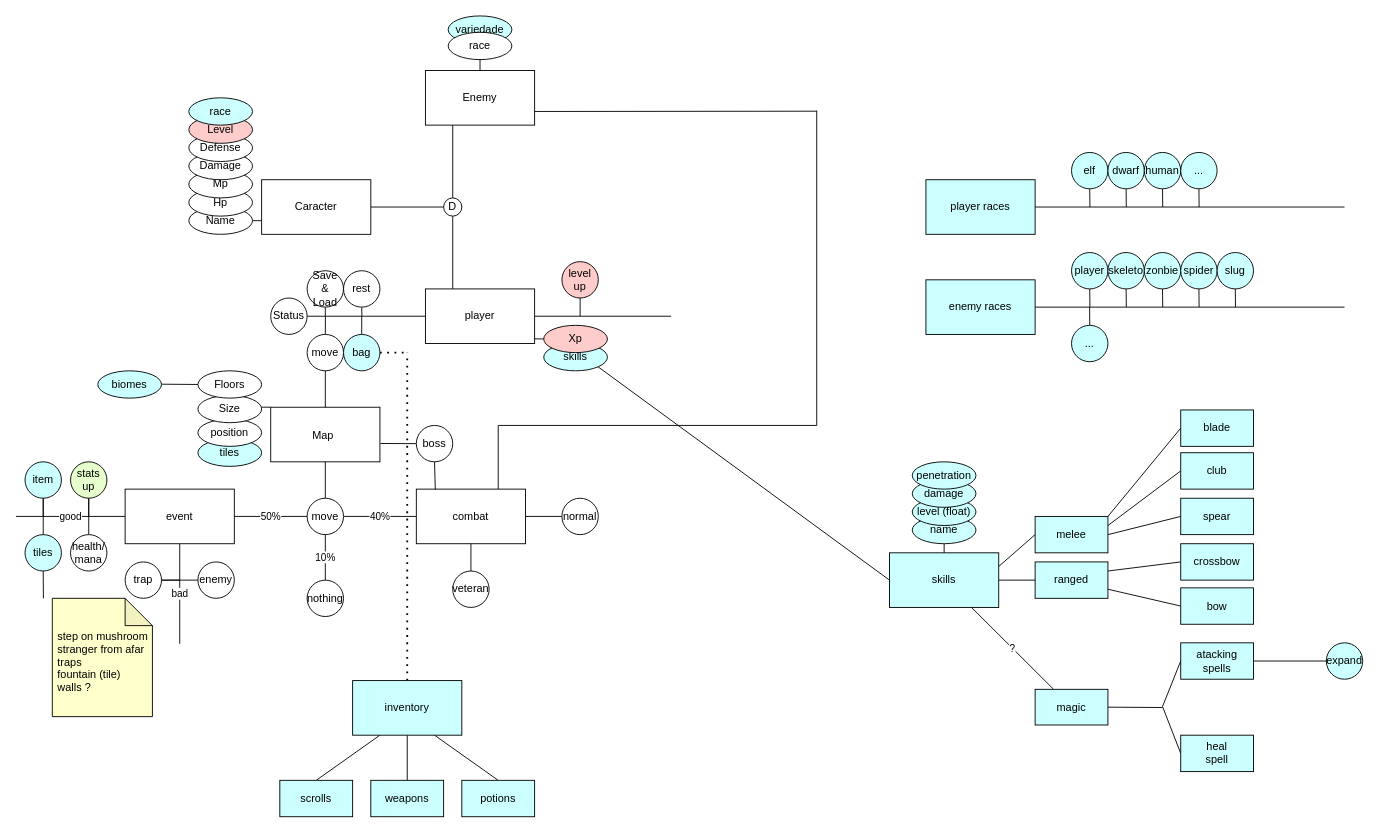
lucaurssi/CombatPotato keeps this draw.io diagram as 7th version/CPVIIDiagram.drawio. Above is the earlier version. Source tidied: cells renumbered, new cells numbered last; positions are measured from the earlier drawing's top-left corner, leaving out a move shared by most shapes. Both pictures are drawn from the tidied source at 91%, with x=0, y=0 at pixel (15, 15).
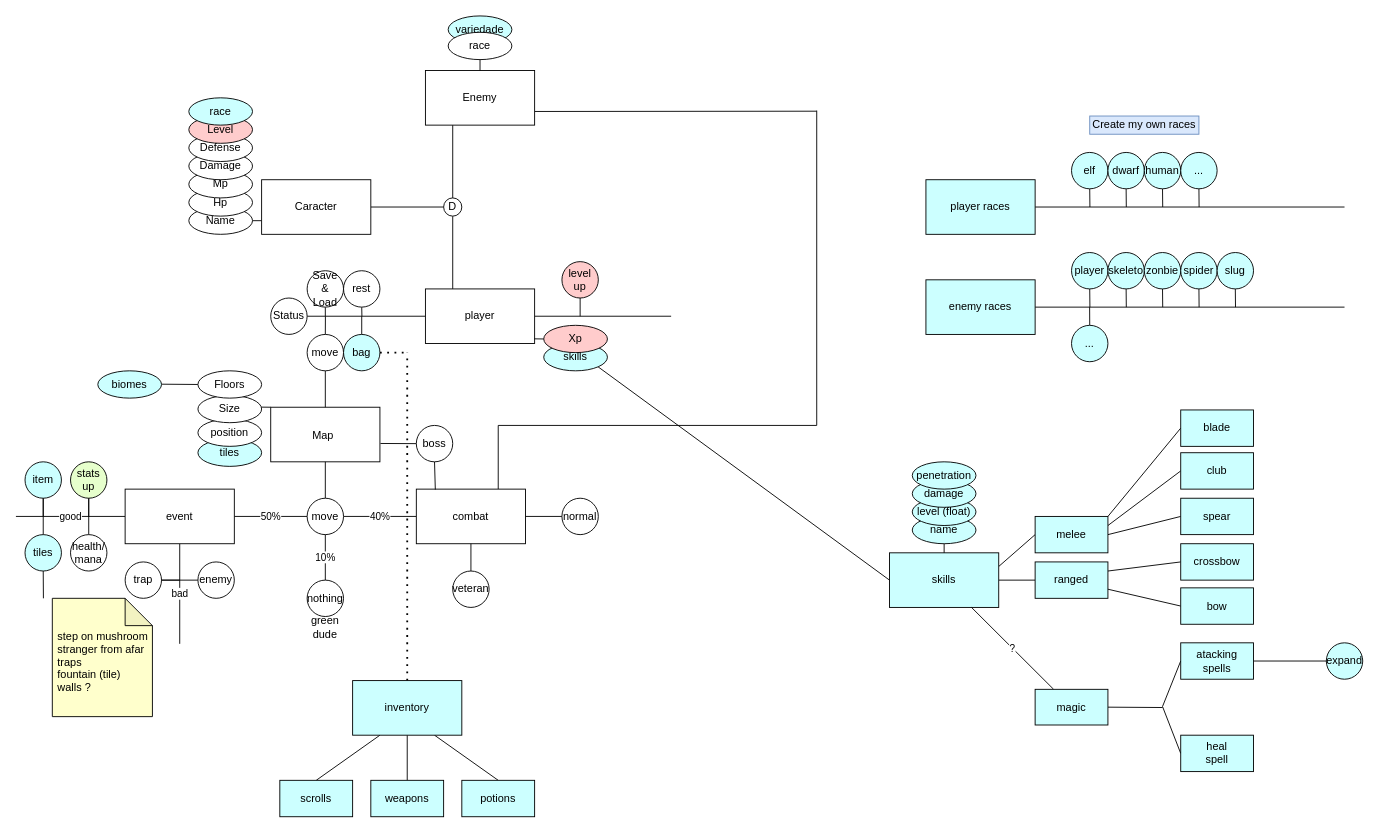
The same diagram, later.

Diff of the diagram source:
```diff
@@
+    <mxCell id="145" value="green dude" style="text;html=1;strokeColor=none;fillColor=none;align=center;verticalAlign=middle;whiteSpace=wrap;rounded=0;" parent="1" vertex="1">
+      <mxGeometry x="320" y="662" width="40" height="20" as="geometry" />
+    </mxCell>
+    <mxCell id="146" value="Create my own races" style="text;html=1;strokeColor=#6c8ebf;fillColor=#dae8fc;align=center;verticalAlign=middle;whiteSpace=wrap;rounded=0;" parent="1" vertex="1">
+      <mxGeometry x="1180" y="110" width="120" height="20" as="geometry" />
+    </mxCell>
```
